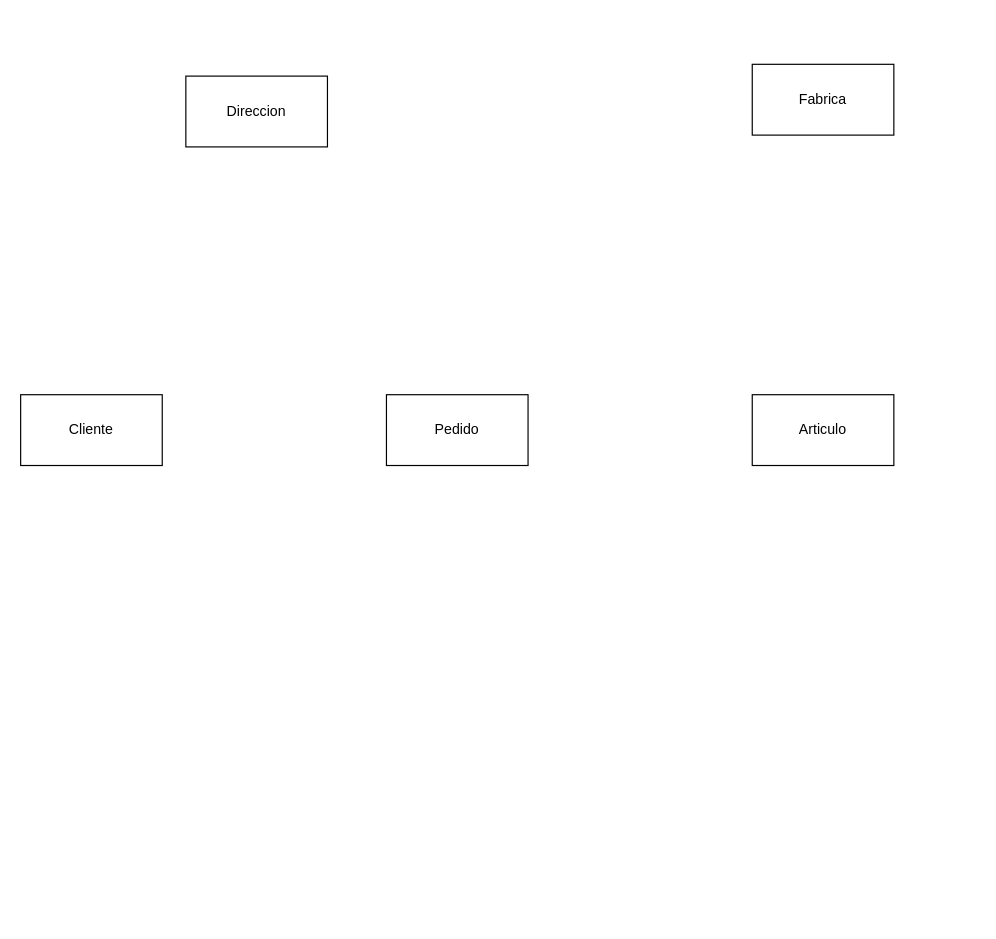
Above: Unidad_1/Tareas/Tarea_3/Sistema de Artículos.drawio in OxideVanadium/base_de_datos (draw.io), before the change. Source tidied: cells renumbered, new cells numbered last; positions are measured from the earlier drawing's top-left corner, leaving out a move shared by most shapes. Both pictures are drawn from the tidied source at 118%, with x=0, y=0 at pixel (20, 64).
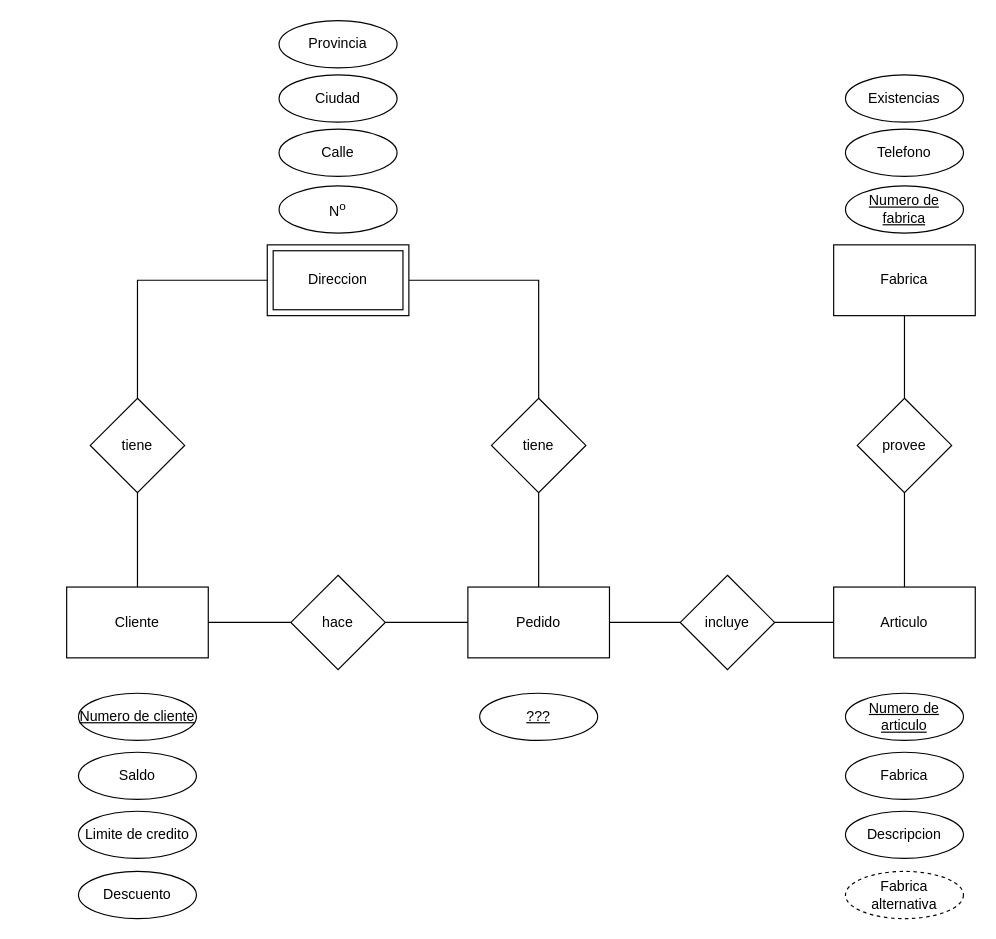
The same page after the edit.

Change to the diagram source:
```diff
@@
     <mxCell id="2" value="Articulo" style="rounded=0;whiteSpace=wrap;html=1;" parent="1" vertex="1">
-      <mxGeometry x="620" y="280" width="120" height="60" as="geometry" />
+      <mxGeometry x="689" y="443" width="120" height="60" as="geometry" />
     </mxCell>
     <mxCell id="3" value="Cliente" style="rounded=0;whiteSpace=wrap;html=1;" parent="1" vertex="1">
-      <mxGeometry y="280" width="120" height="60" as="geometry" />
+      <mxGeometry x="39" y="443" width="120" height="60" as="geometry" />
     </mxCell>
     <mxCell id="4" value="Pedido" style="rounded=0;whiteSpace=wrap;html=1;" parent="1" vertex="1">
-      <mxGeometry x="310" y="280" width="120" height="60" as="geometry" />
+      <mxGeometry x="379" y="443" width="120" height="60" as="geometry" />
     </mxCell>
     <mxCell id="5" value="Fabrica" style="rounded=0;whiteSpace=wrap;html=1;" parent="1" vertex="1">
-      <mxGeometry x="620" width="120" height="60" as="geometry" />
+      <mxGeometry x="689" y="153" width="120" height="60" as="geometry" />
     </mxCell>
+    <mxCell id="7" value="hace" style="rhombus;whiteSpace=wrap;html=1;" parent="1" vertex="1">
+      <mxGeometry x="229" y="433" width="80" height="80" as="geometry" />
+    </mxCell>
+    <mxCell id="8" value="incluye" style="rhombus;whiteSpace=wrap;html=1;" parent="1" vertex="1">
+      <mxGeometry x="559" y="433" width="80" height="80" as="geometry" />
+    </mxCell>
+    <mxCell id="9" value="tiene" style="rhombus;whiteSpace=wrap;html=1;" parent="1" vertex="1">
+      <mxGeometry x="59" y="283" width="80" height="80" as="geometry" />
+    </mxCell>
+    <mxCell id="10" value="tiene" style="rhombus;whiteSpace=wrap;html=1;" parent="1" vertex="1">
+      <mxGeometry x="399" y="283" width="80" height="80" as="geometry" />
+    </mxCell>
+    <mxCell id="11" value="provee" style="rhombus;whiteSpace=wrap;html=1;" parent="1" vertex="1">
+      <mxGeometry x="709" y="283" width="80" height="80" as="geometry" />
+    </mxCell>
+    <mxCell id="12" style="endArrow=none;html=1;rounded=0;entryX=1;entryY=0.5;entryDx=0;entryDy=0;" parent="1" edge="1" source="7" target="3">
+      <mxGeometry relative="1" as="geometry" />
+    </mxCell>
+    <mxCell id="13" style="endArrow=none;html=1;rounded=0;entryX=0;entryY=0.5;entryDx=0;entryDy=0;exitX=1;exitY=0.5;exitDx=0;exitDy=0;" parent="1" edge="1" source="7" target="4">
+      <mxGeometry relative="1" as="geometry" />
+    </mxCell>
+    <mxCell id="14" style="endArrow=none;html=1;rounded=0;entryX=0.5;entryY=0;entryDx=0;entryDy=0;exitX=0.5;exitY=1;exitDx=0;exitDy=0;" parent="1" edge="1" source="9" target="3">
+      <mxGeometry relative="1" as="geometry" />
+    </mxCell>
+    <mxCell id="15" style="endArrow=none;html=1;rounded=0;entryX=0;entryY=0.5;entryDx=0;entryDy=0;exitX=0.5;exitY=0;exitDx=0;exitDy=0;" parent="1" edge="1" source="9">
+      <mxGeometry relative="1" as="geometry">
+        <mxPoint x="209" y="183" as="targetPoint" />
+        <Array as="points">
+          <mxPoint x="99" y="183" />
+        </Array>
+      </mxGeometry>
+    </mxCell>
+    <mxCell id="16" style="endArrow=none;html=1;rounded=0;entryX=1;entryY=0.5;entryDx=0;entryDy=0;exitX=0.5;exitY=0;exitDx=0;exitDy=0;" parent="1" edge="1" source="10">
+      <mxGeometry relative="1" as="geometry">
+        <mxPoint x="329" y="183" as="targetPoint" />
+        <Array as="points">
+          <mxPoint x="439" y="183" />
+        </Array>
+      </mxGeometry>
+    </mxCell>
+    <mxCell id="17" style="endArrow=none;html=1;rounded=0;exitX=1;exitY=0.5;exitDx=0;exitDy=0;" parent="1" edge="1" source="4" target="8">
+      <mxGeometry relative="1" as="geometry" />
+    </mxCell>
-    <mxCell id="6" value="Direccion" style="rounded=0;whiteSpace=wrap;html=1;" parent="1" vertex="1">
-      <mxGeometry x="140" y="10" width="120" height="60" as="geometry" />
+    <mxCell id="6" value="Direccion" style="shape=ext;margin=3;double=1;whiteSpace=wrap;html=1;align=center;" parent="1" vertex="1">
+      <mxGeometry x="209" y="153" width="120" height="60" as="geometry" />
     </mxCell>
+    <mxCell id="18" style="endArrow=none;html=1;rounded=0;exitX=0.5;exitY=0;exitDx=0;exitDy=0;entryX=0.5;entryY=1;entryDx=0;entryDy=0;" parent="1" edge="1" source="4" target="10">
+      <mxGeometry relative="1" as="geometry" />
+    </mxCell>
+    <mxCell id="19" style="endArrow=none;html=1;rounded=0;exitX=0;exitY=0.5;exitDx=0;exitDy=0;entryX=1;entryY=0.5;entryDx=0;entryDy=0;" parent="1" edge="1" source="2" target="8">
+      <mxGeometry relative="1" as="geometry" />
+    </mxCell>
+    <mxCell id="20" style="endArrow=none;html=1;rounded=0;exitX=0.5;exitY=0;exitDx=0;exitDy=0;entryX=0.5;entryY=1;entryDx=0;entryDy=0;" parent="1" edge="1" source="2" target="11">
+      <mxGeometry relative="1" as="geometry" />
+    </mxCell>
+    <mxCell id="21" style="endArrow=none;html=1;rounded=0;exitX=0.5;exitY=0;exitDx=0;exitDy=0;entryX=0.5;entryY=1;entryDx=0;entryDy=0;" parent="1" edge="1" source="11" target="5">
+      <mxGeometry relative="1" as="geometry" />
+    </mxCell>
+    <mxCell id="22" value="Numero de cliente" style="ellipse;whiteSpace=wrap;html=1;align=center;fontStyle=4;" parent="1" vertex="1">
+      <mxGeometry x="49" y="533" width="100" height="40" as="geometry" />
+    </mxCell>
+    <mxCell id="23" value="Numero de articulo" style="ellipse;whiteSpace=wrap;html=1;align=center;fontStyle=4;" parent="1" vertex="1">
+      <mxGeometry x="699" y="533" width="100" height="40" as="geometry" />
+    </mxCell>
+    <mxCell id="24" value="Numero de fabrica" style="ellipse;whiteSpace=wrap;html=1;align=center;fontStyle=4;" parent="1" vertex="1">
+      <mxGeometry x="699" y="103" width="100" height="40" as="geometry" />
+    </mxCell>
+    <mxCell id="25" value="???" style="ellipse;whiteSpace=wrap;html=1;align=center;fontStyle=4;" parent="1" vertex="1">
+      <mxGeometry x="389" y="533" width="100" height="40" as="geometry" />
+    </mxCell>
+    <mxCell id="26" value="Saldo" style="ellipse;whiteSpace=wrap;html=1;" parent="1" vertex="1">
+      <mxGeometry x="49" y="583" width="100" height="40" as="geometry" />
+    </mxCell>
+    <mxCell id="27" value="Limite de credito" style="ellipse;whiteSpace=wrap;html=1;" parent="1" vertex="1">
+      <mxGeometry x="49" y="633" width="100" height="40" as="geometry" />
+    </mxCell>
+    <mxCell id="28" value="Descuento" style="ellipse;whiteSpace=wrap;html=1;" parent="1" vertex="1">
+      <mxGeometry x="49" y="684" width="100" height="40" as="geometry" />
+    </mxCell>
+    <mxCell id="29" value="Fabrica" style="ellipse;whiteSpace=wrap;html=1;" parent="1" vertex="1">
+      <mxGeometry x="699" y="583" width="100" height="40" as="geometry" />
+    </mxCell>
+    <mxCell id="30" value="Descripcion" style="ellipse;whiteSpace=wrap;html=1;" parent="1" vertex="1">
+      <mxGeometry x="699" y="633" width="100" height="40" as="geometry" />
+    </mxCell>
+    <mxCell id="31" value="Fabrica alternativa" style="ellipse;whiteSpace=wrap;html=1;align=center;dashed=1;" parent="1" vertex="1">
+      <mxGeometry x="699" y="684" width="100" height="40" as="geometry" />
+    </mxCell>
+    <mxCell id="32" value="Telefono" style="ellipse;whiteSpace=wrap;html=1;" parent="1" vertex="1">
+      <mxGeometry x="699" y="55" width="100" height="40" as="geometry" />
+    </mxCell>
+    <mxCell id="33" value="Existencias" style="ellipse;whiteSpace=wrap;html=1;" parent="1" vertex="1">
+      <mxGeometry x="699" y="9" width="100" height="40" as="geometry" />
+    </mxCell>
+    <mxCell id="34" value="N&lt;sup&gt;o&lt;/sup&gt;" style="ellipse;whiteSpace=wrap;html=1;" parent="1" vertex="1">
+      <mxGeometry x="219" y="103" width="100" height="40" as="geometry" />
+    </mxCell>
+    <mxCell id="35" value="Calle" style="ellipse;whiteSpace=wrap;html=1;" parent="1" vertex="1">
+      <mxGeometry x="219" y="55" width="100" height="40" as="geometry" />
+    </mxCell>
+    <mxCell id="36" value="Ciudad" style="ellipse;whiteSpace=wrap;html=1;" parent="1" vertex="1">
+      <mxGeometry x="219" y="9" width="100" height="40" as="geometry" />
+    </mxCell>
+    <mxCell id="37" value="Provincia" style="ellipse;whiteSpace=wrap;html=1;" parent="1" vertex="1">
+      <mxGeometry x="219" y="-37" width="100" height="40" as="geometry" />
+    </mxCell>
```
